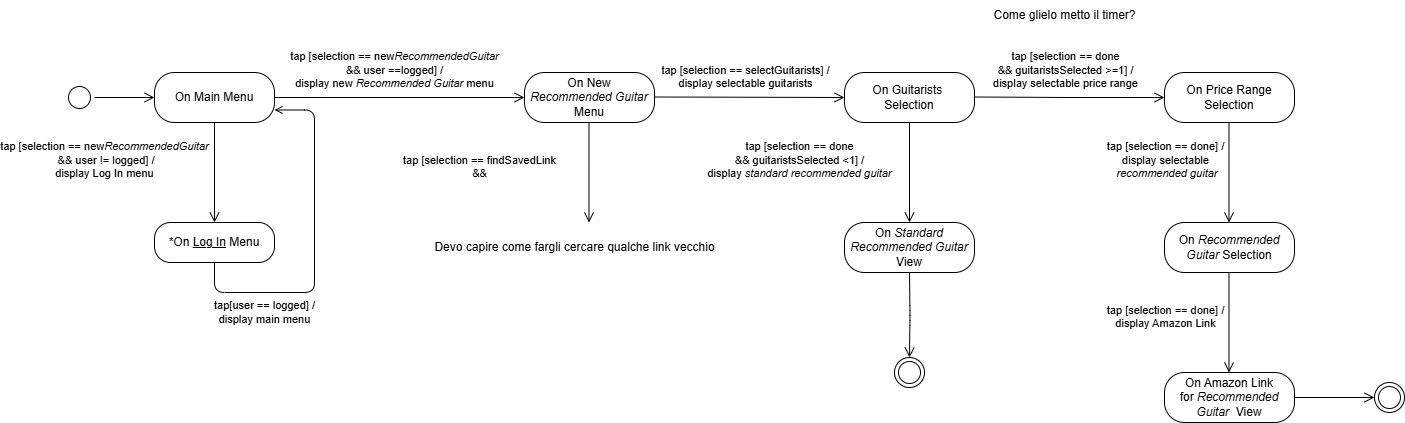
The draw.io diagram diagrams/StateDiagramM.drawio.png in TizianoLilli/ISPW-Project, before a commit. Source tidied: cells renumbered, new cells last; positions are measured from the earlier drawing's top-left corner, leaving out a move shared by most shapes.
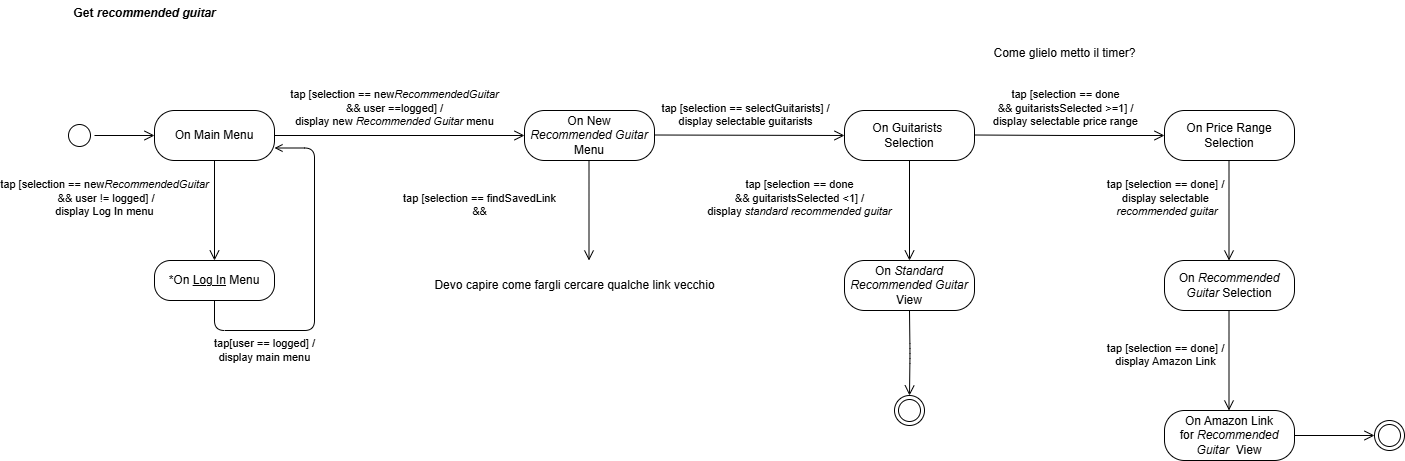
Above is the later version.

The edit, as a diff of the source:
```diff
@@ -103,5 +103,8 @@
     <mxCell id="26" value="Come glielo metto il timer?" style="text;html=1;align=center;verticalAlign=middle;strokeColor=none;fillColor=none;" parent="1" vertex="1">
       <mxGeometry x="915" width="170" height="30" as="geometry" />
     </mxCell>
+    <mxCell id="27" value="Get &lt;i&gt;recommended guitar&lt;/i&gt;" style="text;align=center;fontStyle=1;verticalAlign=middle;spacingLeft=3;spacingRight=3;strokeColor=none;html=1;" parent="1" vertex="1">
+      <mxGeometry x="40" y="-38" width="80" height="26" as="geometry" />
+    </mxCell>
   </root>
 </mxGraphModel>
```
